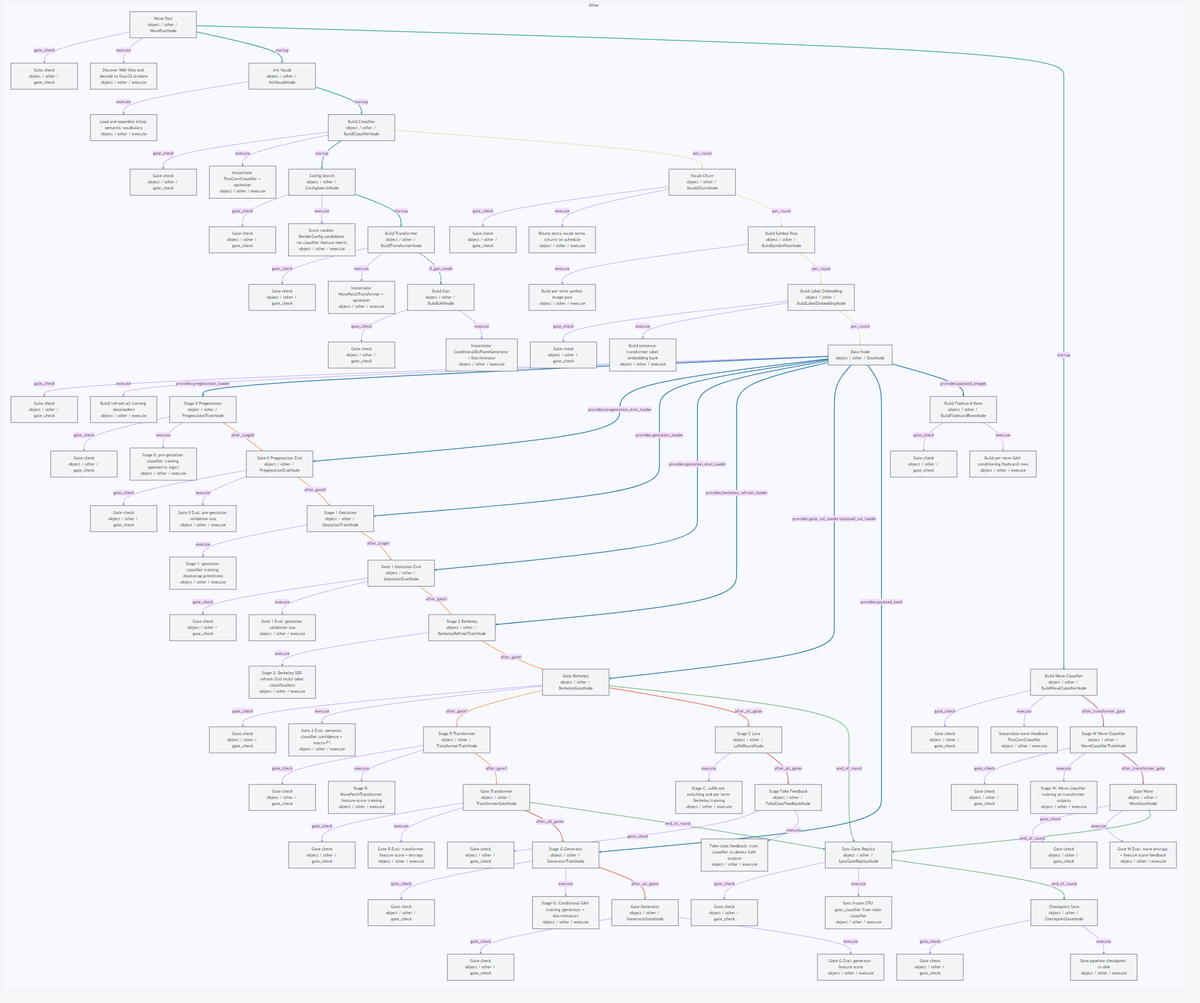
Before: docs/diagrams/stack_view_dense.png, a diagram exported from Mermaid (sangderenard/meta-nn). Its source is kept beside it as docs/diagrams/stack_view_dense.mmd.
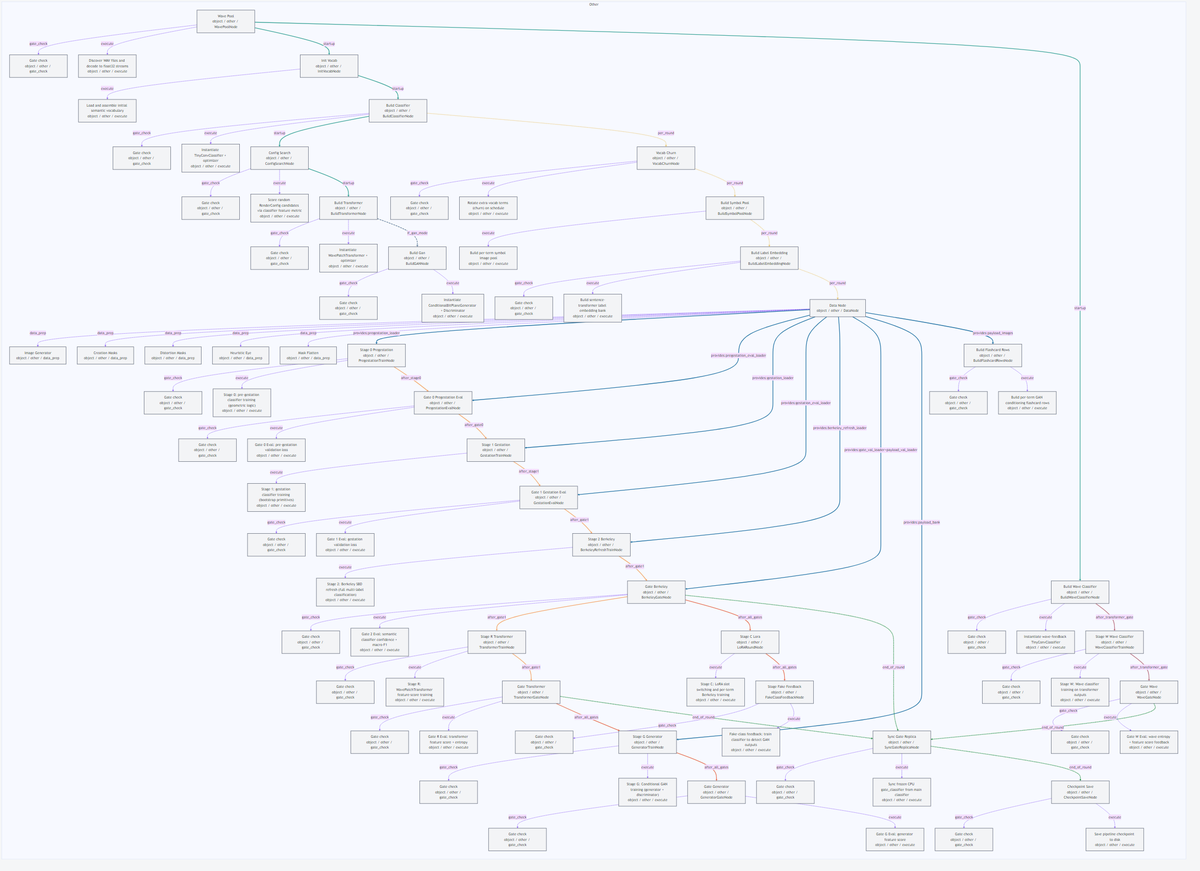
After the commit.

What changed in the source:
```diff
@@ -33,8 +33,11 @@
         build_flashcard_rows__should_run["Gate check<br/>object / other / gate_check"]
         build_flashcard_rows__execute["Build per-term GAN conditioning flashcard rows<br/>object / other / execute"]
         data_node["Data Node<br/>object / other / DataNode"]
-        data_node__should_run["Gate check<br/>object / other / gate_check"]
-        data_node__execute["Build/refresh all training dataloaders<br/>object / other / execute"]
+        data_node__image_generator["Image Generator<br/>object / other / data_prep"]
+        data_node__creation_masks["Creation Masks<br/>object / other / data_prep"]
+        data_node__distortion_masks["Distortion Masks<br/>object / other / data_prep"]
+        data_node__heuristic_eye["Heuristic Eye<br/>object / other / data_prep"]
+        data_node__mask_flatten["Mask Flatten<br/>object / other / data_prep"]
         stage_0_pregestation["Stage 0 Pregestation<br/>object / other / PregestationTrainNode"]
         stage_0_pregestation__should_run["Gate check<br/>object / other / gate_check"]
         stage_0_pregestation__execute["Stage 0: pre-gestation classifier training (geometric logic)<br/>object / other / execute"]
@@ -102,8 +105,11 @@
     build_label_embedding -- "execute" --> build_label_embedding__execute
     build_flashcard_rows -- "gate_check" --> build_flashcard_rows__should_run
     build_flashcard_rows -- "execute" --> build_flashcard_rows__execute
-    data_node -- "gate_check" --> data_node__should_run
-    data_node -- "execute" --> data_node__execute
+    data_node -- "data_prep" --> data_node__image_generator
+    data_node -- "data_prep" --> data_node__creation_masks
+    data_node -- "data_prep" --> data_node__distortion_masks
+    data_node -- "data_prep" --> data_node__heuristic_eye
+    data_node -- "data_prep" --> data_node__mask_flatten
     stage_0_pregestation -- "gate_check" --> stage_0_pregestation__should_run
     stage_0_pregestation -- "execute" --> stage_0_pregestation__execute
     stage_1_gestation -- "execute" --> stage_1_gestation__execute
@@ -181,7 +187,7 @@
     classDef faculty_buffer fill:#E0FBFC,stroke:#006D77,color:#00313A,stroke-width:2px;
     classDef faculty_gate fill:#FDE2E4,stroke:#C0392B,color:#4A0F13,stroke-width:2px;
     classDef faculty_other fill:#F3F4F6,stroke:#6B7280,color:#111827,stroke-width:2px;
-    class wave_pool,wave_pool__should_run,wave_pool__execute,init_vocab,init_vocab__execute,build_classifier,build_classifier__should_run,build_classifier__execute,config_search,config_search__should_run,config_search__execute,build_transformer,build_transformer__should_run,build_transformer__execute,build_gan,build_gan__should_run,build_gan__execute,build_wave_classifier,build_wave_classifier__should_run,build_wave_classifier__execute,vocab_churn,vocab_churn__should_run,vocab_churn__execute,build_symbol_pool,build_symbol_pool__execute,build_label_embedding,build_label_embedding__should_run,build_label_embedding__execute,build_flashcard_rows,build_flashcard_rows__should_run,build_flashcard_rows__execute,data_node,data_node__should_run,data_node__execute,stage_0_pregestation,stage_0_pregestation__should_run,stage_0_pregestation__execute,stage_1_gestation,stage_1_gestation__execute,stage_2_berkeley,stage_2_berkeley__execute,stage_r_transformer,stage_r_transformer__should_run,stage_r_transformer__execute,stage_g_generator,stage_g_generator__should_run,stage_g_generator__execute,stage_w_wave_classifier,stage_w_wave_classifier__should_run,stage_w_wave_classifier__execute,stage_c_lora,stage_c_lora__execute,stage_fake_feedback,stage_fake_feedback__should_run,stage_fake_feedback__execute,gate_0_pregestation_eval,gate_0_pregestation_eval__should_run,gate_0_pregestation_eval__execute,gate_1_gestation_eval,gate_1_gestation_eval__should_run,gate_1_gestation_eval__execute,gate_berkeley,gate_berkeley__should_run,gate_berkeley__execute,gate_transformer,gate_transformer__should_run,gate_transformer__execute,gate_generator,gate_generator__should_run,gate_generator__execute,gate_wave,gate_wave__should_run,gate_wave__execute,sync_gate_replica,sync_gate_replica__should_run,sync_gate_replica__execute,checkpoint_save,checkpoint_save__should_run,checkpoint_save__execute faculty_other;
+    class wave_pool,wave_pool__should_run,wave_pool__execute,init_vocab,init_vocab__execute,build_classifier,build_classifier__should_run,build_classifier__execute,config_search,config_search__should_run,config_search__execute,build_transformer,build_transformer__should_run,build_transformer__execute,build_gan,build_gan__should_run,build_gan__execute,build_wave_classifier,build_wave_classifier__should_run,build_wave_classifier__execute,vocab_churn,vocab_churn__should_run,vocab_churn__execute,build_symbol_pool,build_symbol_pool__execute,build_label_embedding,build_label_embedding__should_run,build_label_embedding__execute,build_flashcard_rows,build_flashcard_rows__should_run,build_flashcard_rows__execute,data_node,data_node__image_generator,data_node__creation_masks,data_node__distortion_masks,data_node__heuristic_eye,data_node__mask_flatten,stage_0_pregestation,stage_0_pregestation__should_run,stage_0_pregestation__execute,stage_1_gestation,stage_1_gestation__execute,stage_2_berkeley,stage_2_berkeley__execute,stage_r_transformer,stage_r_transformer__should_run,stage_r_transformer__execute,stage_g_generator,stage_g_generator__should_run,stage_g_generator__execute,stage_w_wave_classifier,stage_w_wave_classifier__should_run,stage_w_wave_classifier__execute,stage_c_lora,stage_c_lora__execute,stage_fake_feedback,stage_fake_feedback__should_run,stage_fake_feedback__execute,gate_0_pregestation_eval,gate_0_pregestation_eval__should_run,gate_0_pregestation_eval__execute,gate_1_gestation_eval,gate_1_gestation_eval__should_run,gate_1_gestation_eval__execute,gate_berkeley,gate_berkeley__should_run,gate_berkeley__execute,gate_transformer,gate_transformer__should_run,gate_transformer__execute,gate_generator,gate_generator__should_run,gate_generator__execute,gate_wave,gate_wave__should_run,gate_wave__execute,sync_gate_replica,sync_gate_replica__should_run,sync_gate_replica__execute,checkpoint_save,checkpoint_save__should_run,checkpoint_save__execute faculty_other;
     linkStyle 0 stroke:#8B5CF6,stroke-width:2px,opacity:0.85,stroke-dasharray:4 2;
     linkStyle 1 stroke:#8B5CF6,stroke-width:2px,opacity:0.85,stroke-dasharray:4 2;
     linkStyle 2 stroke:#8B5CF6,stroke-width:2px,opacity:0.85,stroke-dasharray:4 2;
@@ -233,38 +239,41 @@
     linkStyle 48 stroke:#8B5CF6,stroke-width:2px,opacity:0.85,stroke-dasharray:4 2;
     linkStyle 49 stroke:#8B5CF6,stroke-width:2px,opacity:0.85,stroke-dasharray:4 2;
     linkStyle 50 stroke:#8B5CF6,stroke-width:2px,opacity:0.85,stroke-dasharray:4 2;
-    linkStyle 51 stroke:#2A9D8F,stroke-width:3px,opacity:0.9,stroke-dasharray:0;
-    linkStyle 52 stroke:#2A9D8F,stroke-width:3px,opacity:0.9,stroke-dasharray:0;
-    linkStyle 53 stroke:#2A9D8F,stroke-width:3px,opacity:0.9,stroke-dasharray:0;
+    linkStyle 51 stroke:#8B5CF6,stroke-width:2px,opacity:0.85,stroke-dasharray:4 2;
+    linkStyle 52 stroke:#8B5CF6,stroke-width:2px,opacity:0.85,stroke-dasharray:4 2;
+    linkStyle 53 stroke:#8B5CF6,stroke-width:2px,opacity:0.85,stroke-dasharray:4 2;
     linkStyle 54 stroke:#2A9D8F,stroke-width:3px,opacity:0.9,stroke-dasharray:0;
-    linkStyle 55 stroke:#577590,stroke-width:3px,opacity:0.85,stroke-dasharray:8 3;
+    linkStyle 55 stroke:#2A9D8F,stroke-width:3px,opacity:0.9,stroke-dasharray:0;
     linkStyle 56 stroke:#2A9D8F,stroke-width:3px,opacity:0.9,stroke-dasharray:0;
-    linkStyle 57 stroke:#E9C46A,stroke-width:3px,opacity:0.9,stroke-dasharray:2 2;
-    linkStyle 58 stroke:#E9C46A,stroke-width:3px,opacity:0.9,stroke-dasharray:2 2;
-    linkStyle 59 stroke:#E9C46A,stroke-width:3px,opacity:0.9,stroke-dasharray:2 2;
+    linkStyle 57 stroke:#2A9D8F,stroke-width:3px,opacity:0.9,stroke-dasharray:0;
+    linkStyle 58 stroke:#577590,stroke-width:3px,opacity:0.85,stroke-dasharray:8 3;
+    linkStyle 59 stroke:#2A9D8F,stroke-width:3px,opacity:0.9,stroke-dasharray:0;
     linkStyle 60 stroke:#E9C46A,stroke-width:3px,opacity:0.9,stroke-dasharray:2 2;
-    linkStyle 61 stroke:#1D70A2,stroke-width:3px,opacity:0.95,stroke-dasharray:0;
-    linkStyle 62 stroke:#1D70A2,stroke-width:3px,opacity:0.95,stroke-dasharray:0;
-    linkStyle 63 stroke:#1D70A2,stroke-width:3px,opacity:0.95,stroke-dasharray:0;
+    linkStyle 61 stroke:#E9C46A,stroke-width:3px,opacity:0.9,stroke-dasharray:2 2;
+    linkStyle 62 stroke:#E9C46A,stroke-width:3px,opacity:0.9,stroke-dasharray:2 2;
+    linkStyle 63 stroke:#E9C46A,stroke-width:3px,opacity:0.9,stroke-dasharray:2 2;
     linkStyle 64 stroke:#1D70A2,stroke-width:3px,opacity:0.95,stroke-dasharray:0;
     linkStyle 65 stroke:#1D70A2,stroke-width:3px,opacity:0.95,stroke-dasharray:0;
     linkStyle 66 stroke:#1D70A2,stroke-width:3px,opacity:0.95,stroke-dasharray:0;
     linkStyle 67 stroke:#1D70A2,stroke-width:3px,opacity:0.95,stroke-dasharray:0;
     linkStyle 68 stroke:#1D70A2,stroke-width:3px,opacity:0.95,stroke-dasharray:0;
-    linkStyle 69 stroke:#F4A261,stroke-width:3px,opacity:0.9,stroke-dasharray:0;
-    linkStyle 70 stroke:#F4A261,stroke-width:3px,opacity:0.9,stroke-dasharray:0;
-    linkStyle 71 stroke:#F4A261,stroke-width:3px,opacity:0.9,stroke-dasharray:0;
+    linkStyle 69 stroke:#1D70A2,stroke-width:3px,opacity:0.95,stroke-dasharray:0;
+    linkStyle 70 stroke:#1D70A2,stroke-width:3px,opacity:0.95,stroke-dasharray:0;
+    linkStyle 71 stroke:#1D70A2,stroke-width:3px,opacity:0.95,stroke-dasharray:0;
     linkStyle 72 stroke:#F4A261,stroke-width:3px,opacity:0.9,stroke-dasharray:0;
     linkStyle 73 stroke:#F4A261,stroke-width:3px,opacity:0.9,stroke-dasharray:0;
     linkStyle 74 stroke:#F4A261,stroke-width:3px,opacity:0.9,stroke-dasharray:0;
     linkStyle 75 stroke:#F4A261,stroke-width:3px,opacity:0.9,stroke-dasharray:0;
-    linkStyle 76 stroke:#E76F51,stroke-width:3px,opacity:0.95,stroke-dasharray:0;
-    linkStyle 77 stroke:#E76F51,stroke-width:3px,opacity:0.95,stroke-dasharray:0;
-    linkStyle 78 stroke:#E76F51,stroke-width:3px,opacity:0.95,stroke-dasharray:0;
+    linkStyle 76 stroke:#F4A261,stroke-width:3px,opacity:0.9,stroke-dasharray:0;
+    linkStyle 77 stroke:#F4A261,stroke-width:3px,opacity:0.9,stroke-dasharray:0;
+    linkStyle 78 stroke:#F4A261,stroke-width:3px,opacity:0.9,stroke-dasharray:0;
     linkStyle 79 stroke:#E76F51,stroke-width:3px,opacity:0.95,stroke-dasharray:0;
-    linkStyle 80 stroke:#B56576,stroke-width:3px,opacity:0.9,stroke-dasharray:0;
-    linkStyle 81 stroke:#B56576,stroke-width:3px,opacity:0.9,stroke-dasharray:0;
-    linkStyle 82 stroke:#2B9348,stroke-width:3px,opacity:0.9,stroke-dasharray:4 2;
-    linkStyle 83 stroke:#2B9348,stroke-width:3px,opacity:0.9,stroke-dasharray:4 2;
-    linkStyle 84 stroke:#2B9348,stroke-width:3px,opacity:0.9,stroke-dasharray:4 2;
+    linkStyle 80 stroke:#E76F51,stroke-width:3px,opacity:0.95,stroke-dasharray:0;
+    linkStyle 81 stroke:#E76F51,stroke-width:3px,opacity:0.95,stroke-dasharray:0;
+    linkStyle 82 stroke:#E76F51,stroke-width:3px,opacity:0.95,stroke-dasharray:0;
+    linkStyle 83 stroke:#B56576,stroke-width:3px,opacity:0.9,stroke-dasharray:0;
+    linkStyle 84 stroke:#B56576,stroke-width:3px,opacity:0.9,stroke-dasharray:0;
     linkStyle 85 stroke:#2B9348,stroke-width:3px,opacity:0.9,stroke-dasharray:4 2;
+    linkStyle 86 stroke:#2B9348,stroke-width:3px,opacity:0.9,stroke-dasharray:4 2;
+    linkStyle 87 stroke:#2B9348,stroke-width:3px,opacity:0.9,stroke-dasharray:4 2;
+    linkStyle 88 stroke:#2B9348,stroke-width:3px,opacity:0.9,stroke-dasharray:4 2;
```
